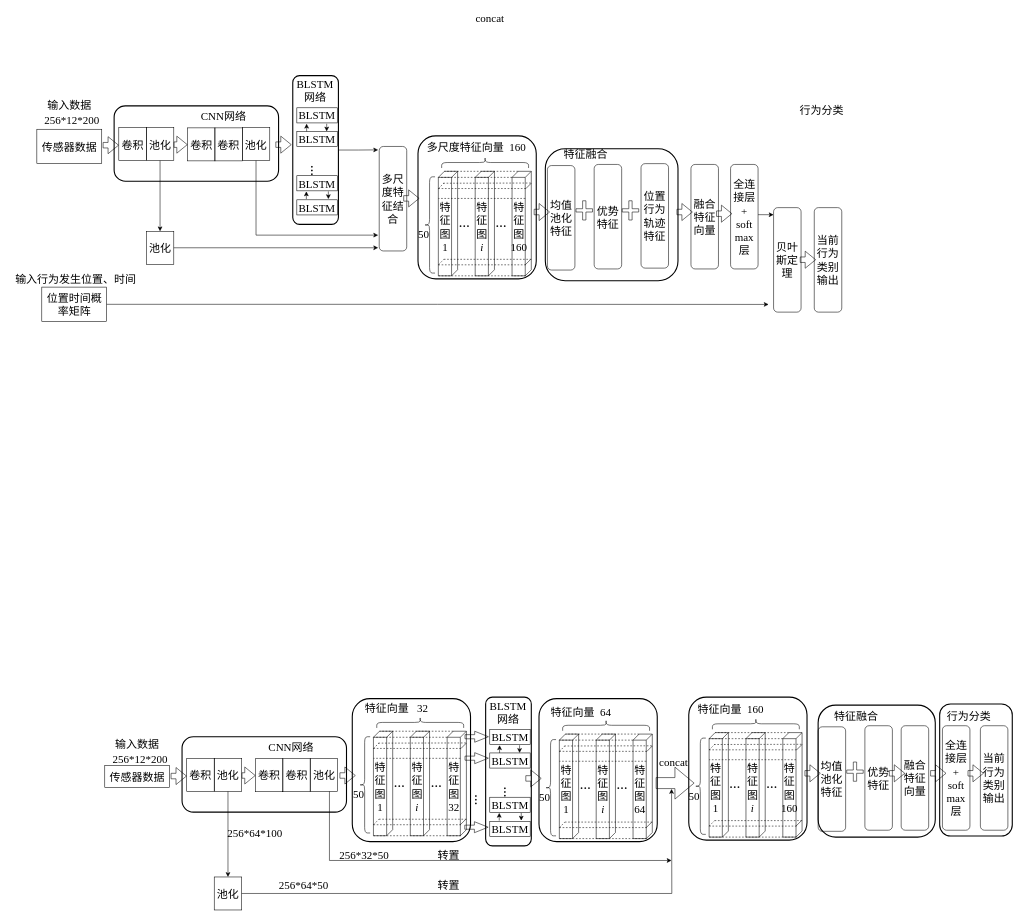
This is 415行为识别流程图.drawio from ByronGe/ff, a draw.io file, before an edit. Source tidied: cells renumbered, new cells numbered last; positions are measured from the earlier drawing's top-left corner, leaving out a move shared by most shapes. Both pictures are drawn from the tidied source at 55%, with x=0, y=0 at pixel (9, 9).
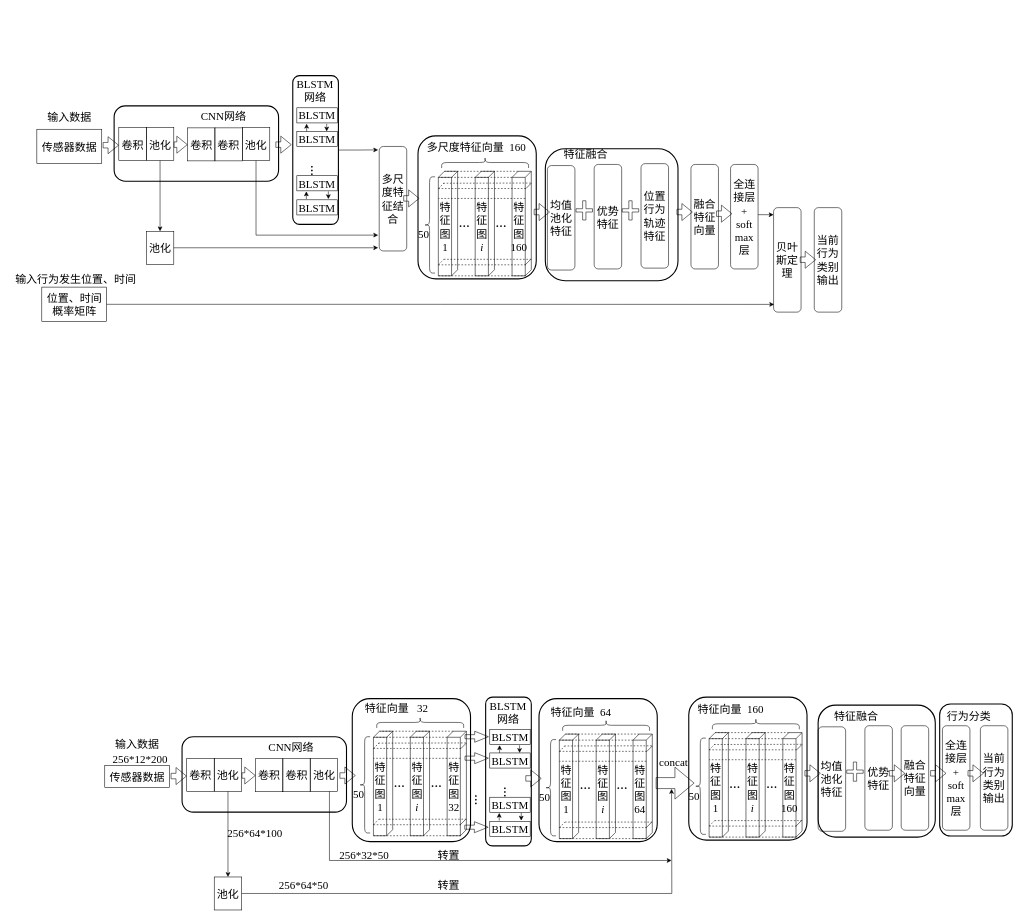
After the change.

Commit message (it also covers changes not shown here):
Update 415行为识别流程图.drawio

The change refers to these unchanged cells:
```xml
<mxCell id="191" value="贝叶斯定理" style="rounded=1;whiteSpace=wrap;html=1;fillColor=none;fontSize=20;fontFamily=Times New Roman;strokeColor=#000000;" parent="1" vertex="1">
  <mxGeometry x="1389" y="360" width="50" height="190" as="geometry" />
</mxCell>
```

Change to the diagram source:
```diff
@@
     <mxCell id="22" value="输入数据" style="text;html=1;strokeColor=none;fillColor=none;align=center;verticalAlign=middle;whiteSpace=wrap;rounded=0;fontFamily=Times New Roman;fontSize=20;" parent="1" vertex="1">
-      <mxGeometry x="58.5" y="162.5" width="100" height="20" as="geometry" />
+      <mxGeometry x="58.5" y="184.5" width="100" height="20" as="geometry" />
     </mxCell>
@@
-    <mxCell id="34" value="&lt;font style=&quot;font-size: 20px;&quot;&gt;行为分类&lt;/font&gt;" style="text;html=1;strokeColor=none;fillColor=none;align=center;verticalAlign=middle;whiteSpace=wrap;rounded=0;fontFamily=Times New Roman;fontSize=20;" parent="1" vertex="1">
-      <mxGeometry x="1427.8" y="173" width="96.5" height="20" as="geometry" />
-    </mxCell>
@@
-    <mxCell id="38" value="&lt;font style=&quot;font-size: 20px;&quot;&gt;256*12*200&lt;/font&gt;" style="text;html=1;align=center;verticalAlign=middle;fontFamily=Times New Roman;fontSize=20;" parent="1" vertex="1">
-      <mxGeometry x="53" y="185" width="120" height="30" as="geometry" />
-    </mxCell>
@@
-    <mxCell id="61" value="&lt;font style=&quot;font-size: 20px&quot;&gt;concat&lt;/font&gt;" style="text;html=1;align=center;verticalAlign=middle;fontFamily=Times New Roman;fontSize=20;" parent="1" vertex="1">
-      <mxGeometry x="838" width="70" height="30" as="geometry" />
-    </mxCell>
@@
-    <mxCell id="188" style="edgeStyle=orthogonalEdgeStyle;rounded=0;jettySize=auto;html=1;" parent="1" edge="1" source="189">
-      <mxGeometry relative="1" as="geometry">
-        <mxPoint x="1380" y="536" as="targetPoint" />
-      </mxGeometry>
+    <mxCell id="188" style="edgeStyle=orthogonalEdgeStyle;rounded=0;jettySize=auto;html=1;entryX=0.02;entryY=0.926;entryDx=0;entryDy=0;entryPerimeter=0;" parent="1" edge="1" source="189" target="191">
+      <mxGeometry relative="1" as="geometry" />
     </mxCell>
-    <mxCell id="189" value="位置时间概率矩阵" style="rounded=0;whiteSpace=wrap;html=1;fillColor=none;fontSize=20;fontFamily=Times New Roman;strokeColor=#000000;" parent="1" vertex="1">
+    <mxCell id="189" value="位置、时间概率矩阵" style="rounded=0;whiteSpace=wrap;html=1;fillColor=none;fontSize=20;fontFamily=Times New Roman;strokeColor=#000000;" parent="1" vertex="1">
       <mxGeometry x="58.5" y="504.5" width="118" height="62.5" as="geometry" />
     </mxCell>
```
